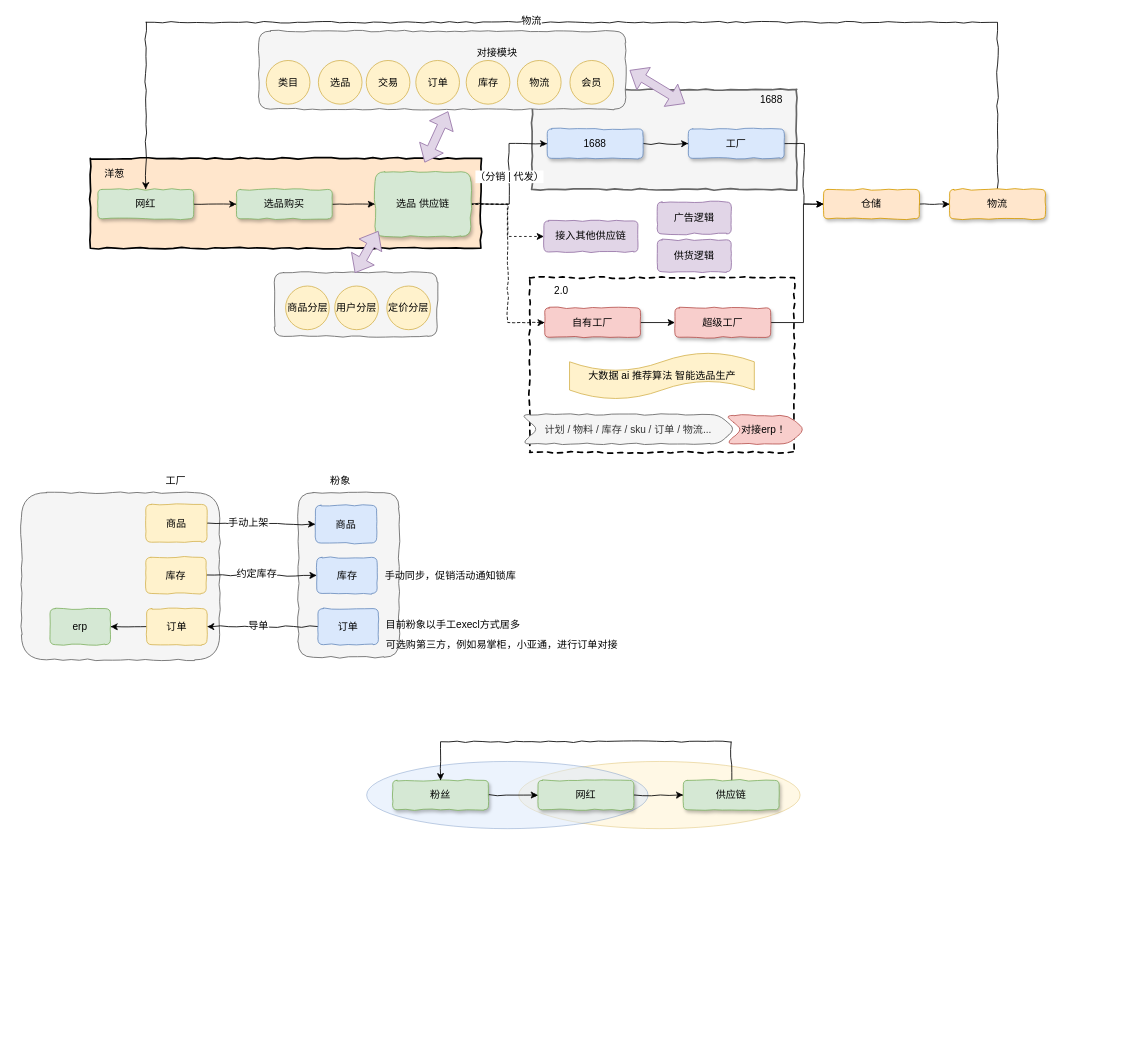
chenyz/EGOTableViewPullRefresh keeps this draw.io diagram as 洋葱供应链梳理.drawio. Above is the earlier version. Source tidied: cells renumbered, new cells numbered last; positions are measured from the earlier drawing's top-left corner, leaving out a move shared by most shapes. Both pictures are drawn from the tidied source at 84%, with x=0, y=0 at pixel (21, 22).
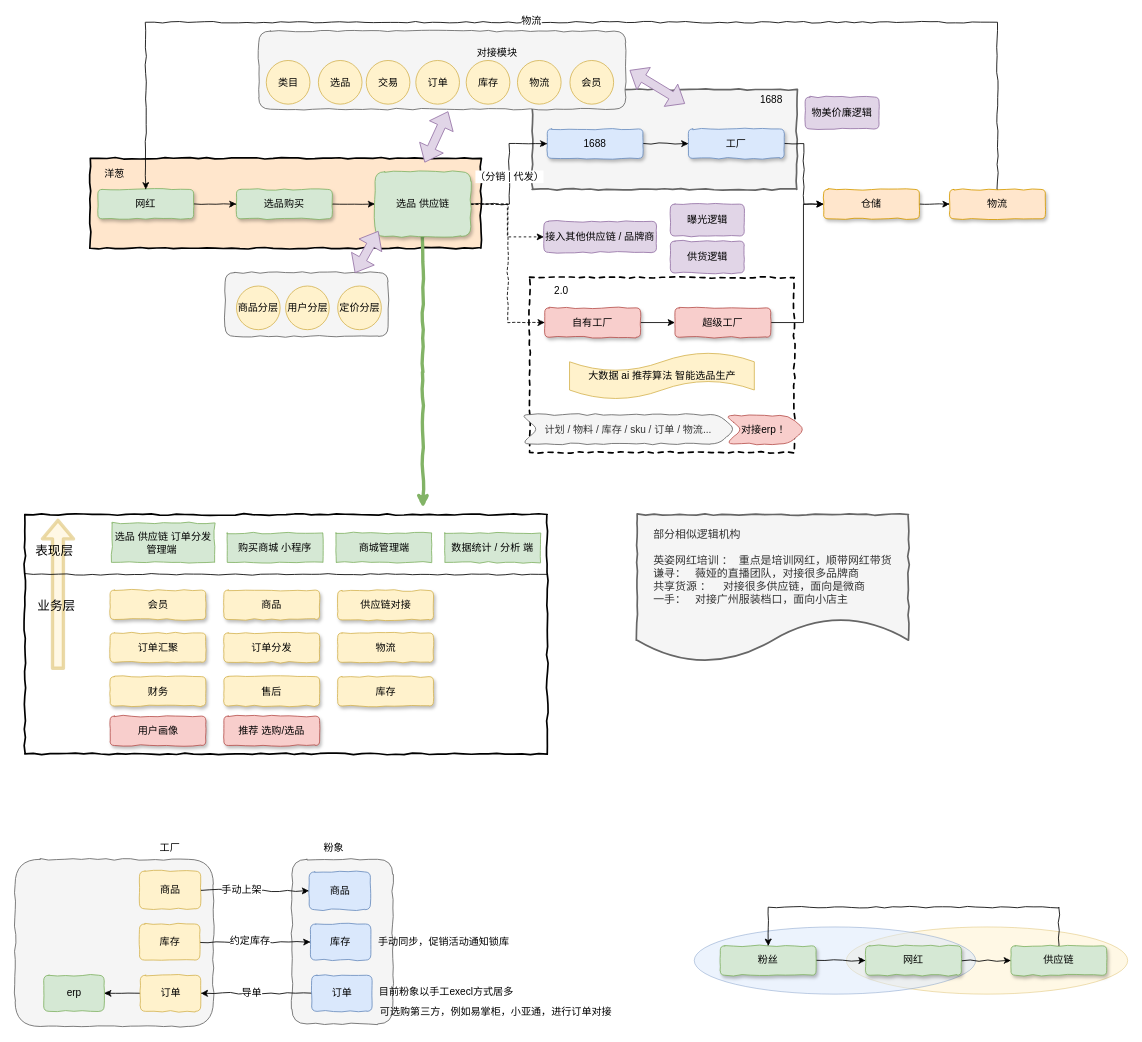
Above is the later version.

Commit message (it also covers changes not shown here):
更新洋葱供应链梳理.drawio

The change refers to these unchanged cells:
```xml
<mxCell id="17" value="选品 供应链" style="rounded=1;whiteSpace=wrap;html=1;shadow=1;comic=1;fillColor=#d5e8d4;strokeColor=#82b366;" parent="1" vertex="1">
  <mxGeometry x="421" y="178" width="114" height="77" as="geometry" />
</mxCell>
```

The edit, as a diff of the source:
```diff
@@
+    <mxCell id="81" style="shape=flexArrow;endArrow=classic;html=1;strokeWidth=4;fillColor=#fff2cc;strokeColor=#d6b656;opacity=50;" parent="1" edge="1">
+      <mxGeometry relative="1" as="geometry">
+        <mxPoint x="43.5" y="771" as="sourcePoint" />
+        <mxPoint x="43.5" y="591" as="targetPoint" />
+      </mxGeometry>
+    </mxCell>
+    <mxCell id="82" style="html=1;whiteSpace=wrap;comic=1;strokeWidth=2;fontFamily=Comic Sans MS;fontStyle=1;rounded=0;shadow=0;glass=0;fillColor=none;" parent="1" vertex="1">
+      <mxGeometry x="4" y="586" width="622" height="285" as="geometry" />
+    </mxCell>
     <mxCell id="2" style="rounded=1;whiteSpace=wrap;html=1;comic=1;fillColor=#f5f5f5;strokeColor=#666666;fontColor=#333333;" parent="1" vertex="1">
-      <mxGeometry x="329.5" y="560" width="120" height="196" as="geometry" />
+      <mxGeometry x="322" y="996.5" width="120" height="196" as="geometry" />
     </mxCell>
     <mxCell id="3" style="rounded=1;whiteSpace=wrap;html=1;comic=1;fillColor=#f5f5f5;strokeColor=#666666;fontColor=#333333;" parent="1" vertex="1">
-      <mxGeometry y="560" width="236" height="199" as="geometry" />
+      <mxGeometry x="-7.5" y="996.5" width="236" height="199" as="geometry" />
     </mxCell>
@@
     <mxCell id="5" style="rounded=1;whiteSpace=wrap;html=1;comic=1;fillColor=#f5f5f5;strokeColor=#666666;fontColor=#333333;" parent="1" vertex="1">
-      <mxGeometry x="301" y="298" width="194" height="76" as="geometry" />
+      <mxGeometry x="242.5" y="298" width="194" height="76" as="geometry" />
     </mxCell>
@@
-    <mxCell id="8" style="html=1;whiteSpace=wrap;comic=1;strokeWidth=2;fontFamily=Comic Sans MS;fontStyle=1;dashed=1;" parent="1" vertex="1">
+    <mxCell id="8" style="html=1;whiteSpace=wrap;comic=1;strokeWidth=2;fontFamily=Comic Sans MS;fontStyle=1;dashed=1;glass=0;rounded=0;" parent="1" vertex="1">
       <mxGeometry x="605" y="304" width="315" height="208" as="geometry" />
     </mxCell>
@@
+    <mxCell id="83" style="edgeStyle=orthogonalEdgeStyle;rounded=0;comic=1;jettySize=auto;html=1;exitX=0.5;exitY=1;exitDx=0;exitDy=0;fillColor=#d5e8d4;strokeColor=#82b366;strokeWidth=4;" parent="1" edge="1" source="17">
+      <mxGeometry relative="1" as="geometry">
+        <mxPoint x="478" y="578" as="targetPoint" />
+      </mxGeometry>
+    </mxCell>
@@
     <mxCell id="35" style="ellipse;whiteSpace=wrap;html=1;fillColor=#fff2cc;strokeColor=#d6b656;opacity=50;" parent="1" vertex="1">
-      <mxGeometry x="592" y="880" width="335" height="80" as="geometry" />
+      <mxGeometry x="982" y="1077" width="335" height="80" as="geometry" />
     </mxCell>
     <mxCell id="36" style="ellipse;whiteSpace=wrap;html=1;fillColor=#dae8fc;strokeColor=#6c8ebf;opacity=50;" parent="1" vertex="1">
-      <mxGeometry x="411" y="880" width="335" height="80" as="geometry" />
+      <mxGeometry x="801" y="1077" width="335" height="80" as="geometry" />
     </mxCell>
@@
     <mxCell id="38" value="粉丝" style="rounded=1;whiteSpace=wrap;html=1;shadow=1;comic=1;fillColor=#d5e8d4;strokeColor=#82b366;" parent="1" vertex="1">
-      <mxGeometry x="442" y="902.5" width="114" height="35" as="geometry" />
+      <mxGeometry x="832" y="1099.5" width="114" height="35" as="geometry" />
     </mxCell>
@@
     <mxCell id="40" value="网红" style="rounded=1;whiteSpace=wrap;html=1;shadow=1;comic=1;fillColor=#d5e8d4;strokeColor=#82b366;" parent="1" vertex="1">
-      <mxGeometry x="615" y="902.5" width="114" height="35" as="geometry" />
+      <mxGeometry x="1005" y="1099.5" width="114" height="35" as="geometry" />
     </mxCell>
     <mxCell id="41" style="edgeStyle=orthogonalEdgeStyle;rounded=0;comic=1;jettySize=auto;html=1;exitX=0.5;exitY=0;exitDx=0;exitDy=0;entryX=0.5;entryY=0;entryDx=0;entryDy=0;shadow=0;" parent="1" edge="1" source="42" target="38">
       <mxGeometry relative="1" as="geometry">
         <Array as="points">
-          <mxPoint x="845" y="856.5" />
-          <mxPoint x="499" y="856.5" />
+          <mxPoint x="1235" y="1053.5" />
+          <mxPoint x="889" y="1053.5" />
         </Array>
       </mxGeometry>
     </mxCell>
     <mxCell id="42" value="供应链" style="rounded=1;whiteSpace=wrap;html=1;shadow=1;comic=1;fillColor=#d5e8d4;strokeColor=#82b366;" parent="1" vertex="1">
-      <mxGeometry x="788" y="902.5" width="114" height="35" as="geometry" />
+      <mxGeometry x="1178" y="1099.5" width="114" height="35" as="geometry" />
     </mxCell>
@@
-    <mxCell id="50" value="接入其他供应链" style="rounded=1;whiteSpace=wrap;html=1;comic=1;fillColor=#e1d5e7;strokeColor=#9673a6;" parent="1" vertex="1">
-      <mxGeometry x="622" y="236.5" width="112" height="37" as="geometry" />
+    <mxCell id="50" value="接入其他供应链 / 品牌商" style="rounded=1;whiteSpace=wrap;html=1;comic=1;fillColor=#e1d5e7;strokeColor=#9673a6;" parent="1" vertex="1">
+      <mxGeometry x="622" y="237" width="134" height="37" as="geometry" />
     </mxCell>
-    <mxCell id="51" value="广告逻辑" style="rounded=1;whiteSpace=wrap;html=1;comic=1;fillColor=#e1d5e7;strokeColor=#9673a6;" parent="1" vertex="1">
-      <mxGeometry x="757" y="214" width="88" height="38" as="geometry" />
+    <mxCell id="51" value="曝光逻辑" style="rounded=1;whiteSpace=wrap;html=1;comic=1;fillColor=#e1d5e7;strokeColor=#9673a6;" parent="1" vertex="1">
+      <mxGeometry x="772.5" y="216.5" width="88" height="38" as="geometry" />
     </mxCell>
@@
     <mxCell id="53" value="商品分层" style="ellipse;whiteSpace=wrap;html=1;rounded=1;comic=1;fillColor=#fff2cc;strokeColor=#d6b656;" parent="1" vertex="1">
-      <mxGeometry x="314.5" y="314" width="52" height="52" as="geometry" />
+      <mxGeometry x="256" y="314" width="52" height="52" as="geometry" />
     </mxCell>
     <mxCell id="54" value="用户分层" style="ellipse;whiteSpace=wrap;html=1;rounded=1;comic=1;fillColor=#fff2cc;strokeColor=#d6b656;" parent="1" vertex="1">
-      <mxGeometry x="373" y="314" width="52" height="52" as="geometry" />
+      <mxGeometry x="314.5" y="314" width="52" height="52" as="geometry" />
     </mxCell>
@@
     <mxCell id="58" value="供货逻辑" style="rounded=1;whiteSpace=wrap;html=1;comic=1;fillColor=#e1d5e7;strokeColor=#9673a6;" parent="1" vertex="1">
-      <mxGeometry x="757" y="259" width="88" height="38" as="geometry" />
+      <mxGeometry x="772.5" y="260.5" width="88" height="38" as="geometry" />
     </mxCell>
     <mxCell id="59" value="定价分层" style="ellipse;whiteSpace=wrap;html=1;rounded=1;comic=1;fillColor=#fff2cc;strokeColor=#d6b656;" parent="1" vertex="1">
-      <mxGeometry x="435" y="314" width="52" height="52" as="geometry" />
+      <mxGeometry x="376.5" y="314" width="52" height="52" as="geometry" />
     </mxCell>
@@
     <mxCell id="62" value="商品" style="rounded=1;whiteSpace=wrap;html=1;comic=1;fillColor=#fff2cc;strokeColor=#d6b656;" parent="1" vertex="1">
-      <mxGeometry x="148" y="574" width="73" height="45" as="geometry" />
+      <mxGeometry x="140.5" y="1010.5" width="73" height="45" as="geometry" />
     </mxCell>
@@
     <mxCell id="65" value="库存" style="rounded=1;whiteSpace=wrap;html=1;comic=1;fillColor=#fff2cc;strokeColor=#d6b656;" parent="1" vertex="1">
-      <mxGeometry x="148" y="637" width="72" height="43" as="geometry" />
+      <mxGeometry x="140.5" y="1073.5" width="72" height="43" as="geometry" />
     </mxCell>
     <mxCell id="66" value="工厂" style="text;html=1;strokeColor=none;fillColor=none;align=center;verticalAlign=middle;whiteSpace=wrap;rounded=0;comic=1;" parent="1" vertex="1">
-      <mxGeometry x="164" y="536" width="40" height="20" as="geometry" />
+      <mxGeometry x="156.5" y="972.5" width="40" height="20" as="geometry" />
     </mxCell>
     <mxCell id="67" value="商品" style="rounded=1;whiteSpace=wrap;html=1;comic=1;fillColor=#dae8fc;strokeColor=#6c8ebf;" parent="1" vertex="1">
-      <mxGeometry x="350" y="575" width="73" height="45" as="geometry" />
+      <mxGeometry x="342.5" y="1011.5" width="73" height="45" as="geometry" />
     </mxCell>
     <mxCell id="68" value="库存" style="rounded=1;whiteSpace=wrap;html=1;comic=1;fillColor=#dae8fc;strokeColor=#6c8ebf;" parent="1" vertex="1">
-      <mxGeometry x="351.5" y="637" width="72" height="43" as="geometry" />
+      <mxGeometry x="344" y="1073.5" width="72" height="43" as="geometry" />
     </mxCell>
     <mxCell id="69" value="粉象" style="text;html=1;strokeColor=none;fillColor=none;align=center;verticalAlign=middle;whiteSpace=wrap;rounded=0;comic=1;" parent="1" vertex="1">
-      <mxGeometry x="359.5" y="536" width="40" height="20" as="geometry" />
+      <mxGeometry x="352" y="972.5" width="40" height="20" as="geometry" />
     </mxCell>
     <mxCell id="70" value="手动同步，促销活动通知锁库" style="text;html=1;strokeColor=none;fillColor=none;align=center;verticalAlign=middle;whiteSpace=wrap;rounded=0;comic=1;" parent="1" vertex="1">
-      <mxGeometry x="429.5" y="648.5" width="162" height="20" as="geometry" />
+      <mxGeometry x="422" y="1085" width="162" height="20" as="geometry" />
     </mxCell>
@@
     <mxCell id="73" value="订单" style="rounded=1;whiteSpace=wrap;html=1;comic=1;fillColor=#dae8fc;strokeColor=#6c8ebf;" parent="1" vertex="1">
-      <mxGeometry x="353" y="698" width="72" height="43" as="geometry" />
+      <mxGeometry x="345.5" y="1134.5" width="72" height="43" as="geometry" />
     </mxCell>
@@
     <mxCell id="75" value="订单" style="rounded=1;whiteSpace=wrap;html=1;comic=1;fillColor=#fff2cc;strokeColor=#d6b656;" parent="1" vertex="1">
-      <mxGeometry x="149" y="698" width="72" height="43" as="geometry" />
+      <mxGeometry x="141.5" y="1134.5" width="72" height="43" as="geometry" />
     </mxCell>
     <mxCell id="76" value="erp" style="rounded=1;whiteSpace=wrap;html=1;comic=1;fillColor=#d5e8d4;strokeColor=#82b366;" parent="1" vertex="1">
-      <mxGeometry x="34" y="698" width="72" height="43" as="geometry" />
+      <mxGeometry x="26.5" y="1134.5" width="72" height="43" as="geometry" />
     </mxCell>
     <mxCell id="77" value="目前粉象以手工execl方式居多" style="text;html=1;strokeColor=none;fillColor=none;align=center;verticalAlign=middle;whiteSpace=wrap;rounded=0;comic=1;" parent="1" vertex="1">
-      <mxGeometry x="431.5" y="707.5" width="164" height="20" as="geometry" />
+      <mxGeometry x="424" y="1144" width="164" height="20" as="geometry" />
     </mxCell>
@@
     <mxCell id="80" value="&amp;nbsp;可选购第三方，例如易掌柜，小亚通，进行订单对接" style="text;html=1;strokeColor=none;fillColor=none;align=center;verticalAlign=middle;whiteSpace=wrap;rounded=0;comic=1;" parent="1" vertex="1">
-      <mxGeometry x="428" y="731" width="285" height="20" as="geometry" />
+      <mxGeometry x="420.5" y="1167.5" width="285" height="20" as="geometry" />
     </mxCell>
+    <mxCell id="84" value="购买商城 小程序" style="rounded=0;whiteSpace=wrap;html=1;shadow=0;comic=1;fillColor=#d5e8d4;strokeColor=#82b366;glass=0;" parent="1" vertex="1">
+      <mxGeometry x="245" y="608" width="114" height="35" as="geometry" />
+    </mxCell>
+    <mxCell id="85" value="选品 供应链 订单分发管理端&amp;nbsp;" style="rounded=0;whiteSpace=wrap;html=1;shadow=0;comic=1;fillColor=#d5e8d4;strokeColor=#82b366;glass=0;" parent="1" vertex="1">
+      <mxGeometry x="108" y="596" width="122" height="47" as="geometry" />
+    </mxCell>
+    <mxCell id="86" value="数据统计 / 分析 端" style="rounded=0;whiteSpace=wrap;html=1;shadow=0;comic=1;fillColor=#d5e8d4;strokeColor=#82b366;glass=0;" parent="1" vertex="1">
+      <mxGeometry x="504" y="608" width="114" height="35" as="geometry" />
+    </mxCell>
+    <mxCell id="87" value="会员" style="rounded=1;whiteSpace=wrap;html=1;shadow=1;comic=1;fillColor=#fff2cc;strokeColor=#d6b656;glass=0;" parent="1" vertex="1">
+      <mxGeometry x="105.5" y="676" width="114" height="35" as="geometry" />
+    </mxCell>
+    <mxCell id="88" value="&lt;font style=&quot;font-size: 15px&quot;&gt;表现层&lt;/font&gt;" style="text;html=1;strokeColor=none;fillColor=none;align=center;verticalAlign=middle;whiteSpace=wrap;rounded=0;shadow=0;glass=0;comic=1;" parent="1" vertex="1">
+      <mxGeometry x="12.5" y="619" width="53" height="20" as="geometry" />
+    </mxCell>
+    <mxCell id="89" value="&lt;font style=&quot;font-size: 15px&quot;&gt;业务层&lt;/font&gt;" style="text;html=1;strokeColor=none;fillColor=none;align=center;verticalAlign=middle;whiteSpace=wrap;rounded=0;shadow=0;glass=0;comic=1;strokeWidth=2;" parent="1" vertex="1">
+      <mxGeometry x="17.5" y="684" width="48" height="20" as="geometry" />
+    </mxCell>
+    <mxCell id="90" value="商品" style="rounded=1;whiteSpace=wrap;html=1;shadow=1;comic=1;fillColor=#fff2cc;strokeColor=#d6b656;glass=0;" parent="1" vertex="1">
+      <mxGeometry x="241" y="676" width="114" height="35" as="geometry" />
+    </mxCell>
+    <mxCell id="91" value="供应链对接" style="rounded=1;whiteSpace=wrap;html=1;shadow=1;comic=1;fillColor=#fff2cc;strokeColor=#d6b656;glass=0;" parent="1" vertex="1">
+      <mxGeometry x="376.5" y="676.5" width="114" height="35" as="geometry" />
+    </mxCell>
+    <mxCell id="92" value="订单汇聚" style="rounded=1;whiteSpace=wrap;html=1;shadow=1;comic=1;fillColor=#fff2cc;strokeColor=#d6b656;glass=0;" parent="1" vertex="1">
+      <mxGeometry x="105.5" y="727" width="114" height="35" as="geometry" />
+    </mxCell>
+    <mxCell id="93" style="endArrow=none;html=1;exitX=0;exitY=0.25;exitDx=0;exitDy=0;entryX=1;entryY=0.25;entryDx=0;entryDy=0;comic=1;" parent="1" edge="1" source="82" target="82">
+      <mxGeometry relative="1" as="geometry" />
+    </mxCell>
+    <mxCell id="94" value="订单分发" style="rounded=1;whiteSpace=wrap;html=1;shadow=1;comic=1;fillColor=#fff2cc;strokeColor=#d6b656;glass=0;" parent="1" vertex="1">
+      <mxGeometry x="241" y="727" width="114" height="35" as="geometry" />
+    </mxCell>
+    <mxCell id="95" value="物流" style="rounded=1;whiteSpace=wrap;html=1;shadow=1;comic=1;fillColor=#fff2cc;strokeColor=#d6b656;glass=0;" parent="1" vertex="1">
+      <mxGeometry x="376.5" y="727" width="114" height="35" as="geometry" />
+    </mxCell>
+    <mxCell id="96" value="财务" style="rounded=1;whiteSpace=wrap;html=1;shadow=1;comic=1;fillColor=#fff2cc;strokeColor=#d6b656;glass=0;" parent="1" vertex="1">
+      <mxGeometry x="105.5" y="779" width="114" height="35" as="geometry" />
+    </mxCell>
+    <mxCell id="97" value="售后" style="rounded=1;whiteSpace=wrap;html=1;shadow=1;comic=1;fillColor=#fff2cc;strokeColor=#d6b656;glass=0;" parent="1" vertex="1">
+      <mxGeometry x="241" y="779" width="114" height="35" as="geometry" />
+    </mxCell>
+    <mxCell id="98" value="库存" style="rounded=1;whiteSpace=wrap;html=1;shadow=1;comic=1;fillColor=#fff2cc;strokeColor=#d6b656;glass=0;" parent="1" vertex="1">
+      <mxGeometry x="376.5" y="779" width="114" height="35" as="geometry" />
+    </mxCell>
+    <mxCell id="99" value="商城管理端" style="rounded=0;whiteSpace=wrap;html=1;shadow=0;comic=1;fillColor=#d5e8d4;strokeColor=#82b366;glass=0;" parent="1" vertex="1">
+      <mxGeometry x="374.5" y="608" width="114" height="35" as="geometry" />
+    </mxCell>
+    <mxCell id="100" value="用户画像" style="rounded=1;whiteSpace=wrap;html=1;shadow=1;comic=1;fillColor=#f8cecc;strokeColor=#b85450;glass=0;" parent="1" vertex="1">
+      <mxGeometry x="105.5" y="826" width="114" height="35" as="geometry" />
+    </mxCell>
+    <mxCell id="101" value="推荐 选购/选品" style="rounded=1;whiteSpace=wrap;html=1;shadow=1;comic=1;fillColor=#f8cecc;strokeColor=#b85450;glass=0;" parent="1" vertex="1">
+      <mxGeometry x="241" y="826" width="114" height="35" as="geometry" />
+    </mxCell>
+    <mxCell id="102" value="&lt;div style=&quot;text-align: left&quot;&gt;&lt;span style=&quot;font-size: 13px&quot;&gt;部分相似逻辑机构&lt;/span&gt;&lt;/div&gt;&lt;font&gt;&lt;div style=&quot;text-align: left&quot;&gt;&lt;span style=&quot;font-size: 13px&quot;&gt;&lt;br&gt;&lt;/span&gt;&lt;/div&gt;&lt;span style=&quot;font-size: 13px&quot;&gt;&lt;div style=&quot;text-align: left&quot;&gt;&lt;span&gt;英姿网红培训 ：&amp;nbsp; 重点是培训网红，顺带网红带货&lt;/span&gt;&lt;/div&gt;&lt;/span&gt;&lt;span style=&quot;font-size: 13px&quot;&gt;&lt;div style=&quot;text-align: left&quot;&gt;&lt;span&gt;谦寻：&amp;nbsp; &amp;nbsp;&lt;/span&gt;&lt;span&gt;薇娅的直播团队，对接很多品牌商&lt;/span&gt;&lt;/div&gt;&lt;/span&gt;&lt;span style=&quot;font-size: 13px&quot;&gt;&lt;div style=&quot;text-align: left&quot;&gt;&lt;span&gt;共享货源 ：&amp;nbsp; &amp;nbsp; 对接很多供应链，面向是微商&lt;/span&gt;&lt;/div&gt;&lt;div style=&quot;text-align: left&quot;&gt;&lt;span&gt;一手：&amp;nbsp; &amp;nbsp;对接广州服装档口，面向小店主&lt;/span&gt;&lt;/div&gt;&lt;/span&gt;&lt;/font&gt;" style="shape=document;whiteSpace=wrap;html=1;boundedLbl=1;rounded=0;shadow=0;glass=0;comic=1;strokeWidth=2;fillColor=#f5f5f5;strokeColor=#666666;fontColor=#333333;" parent="1" vertex="1">
+      <mxGeometry x="733" y="586" width="323" height="176" as="geometry" />
+    </mxCell>
+    <mxCell id="103" value="物美价廉逻辑" style="rounded=1;whiteSpace=wrap;html=1;comic=1;fillColor=#e1d5e7;strokeColor=#9673a6;" parent="1" vertex="1">
+      <mxGeometry x="933" y="89" width="88" height="38" as="geometry" />
+    </mxCell>
```
